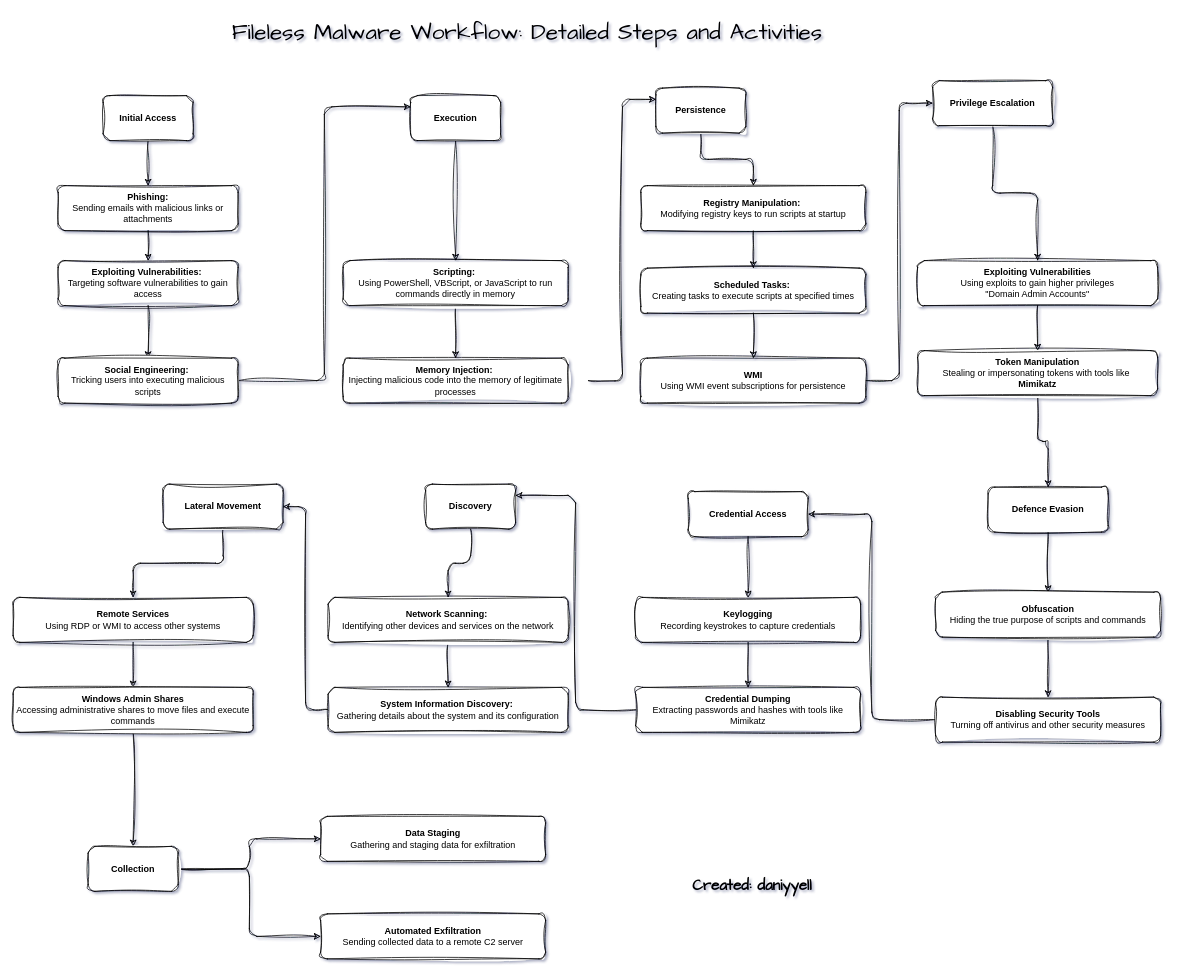
Before: Untitled Diagram.drawio in daniyyell-dev/draw.io, a draw.io diagram. Source tidied: cells renumbered, new cells numbered last; positions are measured from the earlier drawing's top-left corner, leaving out a move shared by most shapes. Both pictures are drawn from the tidied source at 75%, with x=0, y=0 at pixel (13, 13).
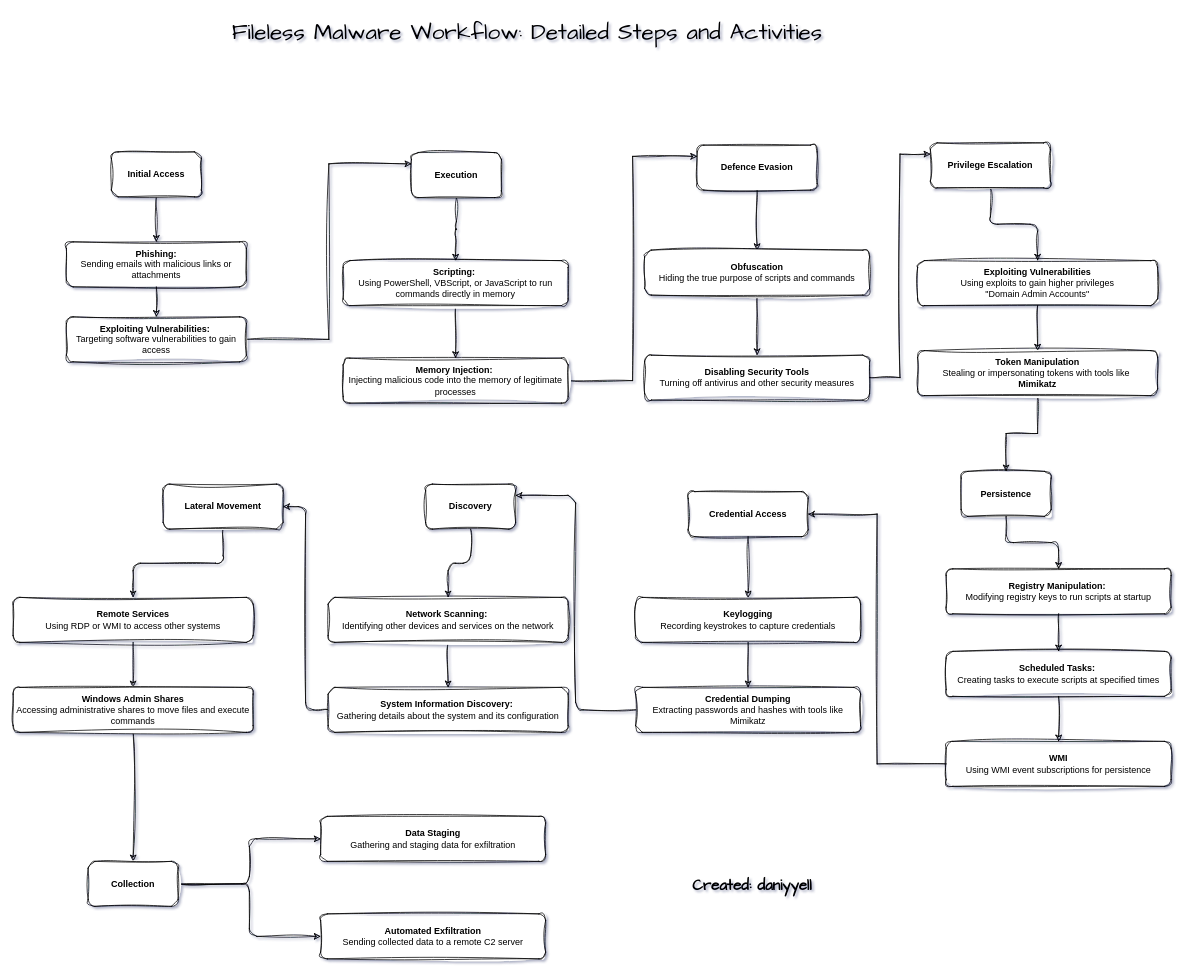
The same diagram, later.

Unchanged cells that the change refers to:
```xml
<mxCell id="3" value="&lt;div&gt;&lt;b&gt;Memory Injection:&amp;nbsp;&lt;/b&gt;&lt;/div&gt;&lt;div&gt;Injecting malicious code into the memory of legitimate processes&lt;/div&gt;" style="rounded=1;whiteSpace=wrap;html=1;labelBackgroundColor=none;sketch=1;curveFitting=1;jiggle=2;" parent="1" vertex="1">
  <mxGeometry x="440" y="460" width="300" height="60" as="geometry" />
</mxCell>
<mxCell id="15" value="&lt;div&gt;&lt;b&gt;Token Manipulation &lt;br&gt;&lt;/b&gt;&lt;/div&gt;&lt;div&gt;Stealing or impersonating tokens with tools like&amp;nbsp;&lt;/div&gt;&lt;div&gt;&lt;b&gt;Mimikatz&lt;/b&gt;&lt;/div&gt;" style="rounded=1;whiteSpace=wrap;html=1;labelBackgroundColor=none;sketch=1;curveFitting=1;jiggle=2;" parent="1" vertex="1">
  <mxGeometry x="1206" y="450" width="320" height="60" as="geometry" />
</mxCell>
<mxCell id="46" value="&lt;b&gt;Defence Evasion&lt;/b&gt;" style="rounded=1;whiteSpace=wrap;html=1;labelBackgroundColor=none;sketch=1;curveFitting=1;jiggle=2;" parent="44" vertex="1">
  <mxGeometry x="70" width="160" height="60" as="geometry" />
</mxCell>
<mxCell id="49" value="&lt;div&gt;&lt;b&gt;Disabling Security Tools &lt;br&gt;&lt;/b&gt;&lt;/div&gt;&lt;div&gt;Turning off antivirus and other security measures&lt;/div&gt;" style="rounded=1;whiteSpace=wrap;html=1;labelBackgroundColor=none;sketch=1;curveFitting=1;jiggle=2;" parent="44" vertex="1">
  <mxGeometry y="280" width="300" height="60" as="geometry" />
</mxCell>
<mxCell id="52" value="&lt;b&gt;Credential Access&lt;/b&gt;" style="rounded=1;whiteSpace=wrap;html=1;labelBackgroundColor=none;sketch=1;curveFitting=1;jiggle=2;" parent="50" vertex="1">
  <mxGeometry x="70" y="19" width="160" height="60" as="geometry" />
</mxCell>
```

Diff of the diagram source:
```diff
@@
-    <mxCell id="2" style="edgeStyle=orthogonalEdgeStyle;rounded=1;jettySize=auto;html=1;entryX=0;entryY=0.25;entryDx=0;entryDy=0;labelBackgroundColor=none;fontColor=default;sketch=1;curveFitting=1;jiggle=2;" parent="1" edge="1" source="43" target="18">
-      <mxGeometry relative="1" as="geometry" />
-    </mxCell>
+    <mxCell id="65" style="edgeStyle=orthogonalEdgeStyle;rounded=0;sketch=1;hachureGap=4;jiggle=2;curveFitting=1;jettySize=auto;html=1;entryX=0;entryY=0.25;entryDx=0;entryDy=0;fontFamily=Architects Daughter;" parent="1" edge="1" source="3" target="46">
+      <mxGeometry relative="1" as="geometry" />
+    </mxCell>
@@
-    <mxCell id="4" style="edgeStyle=orthogonalEdgeStyle;rounded=1;jettySize=auto;html=1;labelBackgroundColor=none;fontColor=default;sketch=1;curveFitting=1;jiggle=2;" parent="1" edge="1" source="5" target="7">
-      <mxGeometry relative="1" as="geometry" />
-    </mxCell>
-    <mxCell id="5" value="&lt;div&gt;&lt;b&gt;Registry Manipulation:&lt;/b&gt;&amp;nbsp;&lt;/div&gt;&lt;div&gt;Modifying registry keys to run scripts at startup&lt;/div&gt;" style="rounded=1;whiteSpace=wrap;html=1;labelBackgroundColor=none;sketch=1;curveFitting=1;jiggle=2;" parent="1" vertex="1">
-      <mxGeometry x="837" y="230" width="300" height="60" as="geometry" />
-    </mxCell>
-    <mxCell id="6" style="edgeStyle=orthogonalEdgeStyle;rounded=1;jettySize=auto;html=1;labelBackgroundColor=none;fontColor=default;sketch=1;curveFitting=1;jiggle=2;" parent="1" edge="1" source="7" target="9">
-      <mxGeometry relative="1" as="geometry" />
-    </mxCell>
-    <mxCell id="7" value="&lt;div&gt;&lt;b&gt;Scheduled Tasks:&amp;nbsp;&lt;/b&gt;&lt;/div&gt;&lt;div&gt;Creating tasks to execute scripts at specified times&lt;/div&gt;" style="rounded=1;whiteSpace=wrap;html=1;labelBackgroundColor=none;sketch=1;curveFitting=1;jiggle=2;" parent="1" vertex="1">
-      <mxGeometry x="837" y="340" width="300" height="60" as="geometry" />
-    </mxCell>
-    <mxCell id="8" style="edgeStyle=orthogonalEdgeStyle;rounded=1;jettySize=auto;html=1;entryX=0;entryY=0.5;entryDx=0;entryDy=0;labelBackgroundColor=none;fontColor=default;sketch=1;curveFitting=1;jiggle=2;" parent="1" edge="1" source="9" target="11">
-      <mxGeometry relative="1" as="geometry" />
-    </mxCell>
-    <mxCell id="9" value="&lt;div&gt;&lt;b&gt;WMI &lt;br&gt;&lt;/b&gt;&lt;/div&gt;&lt;div&gt;Using WMI event subscriptions for persistence&lt;/div&gt;" style="rounded=1;whiteSpace=wrap;html=1;labelBackgroundColor=none;sketch=1;curveFitting=1;jiggle=2;" parent="1" vertex="1">
-      <mxGeometry x="837" y="460" width="300" height="60" as="geometry" />
-    </mxCell>
@@
     <mxCell id="11" value="&lt;b&gt;Privilege Escalation&lt;/b&gt;" style="rounded=1;whiteSpace=wrap;html=1;labelBackgroundColor=none;sketch=1;curveFitting=1;jiggle=2;" parent="1" vertex="1">
-      <mxGeometry x="1226" y="90" width="160" height="60" as="geometry" />
+      <mxGeometry x="1223" y="173" width="160" height="60" as="geometry" />
     </mxCell>
@@
-    <mxCell id="14" style="edgeStyle=orthogonalEdgeStyle;rounded=1;jettySize=auto;html=1;labelBackgroundColor=none;fontColor=default;sketch=1;curveFitting=1;jiggle=2;" parent="1" edge="1" source="15" target="46">
-      <mxGeometry relative="1" as="geometry" />
-    </mxCell>
+    <mxCell id="66" style="edgeStyle=orthogonalEdgeStyle;rounded=0;sketch=1;hachureGap=4;jiggle=2;curveFitting=1;jettySize=auto;html=1;fontFamily=Architects Daughter;" parent="1" edge="1" source="15" target="23">
+      <mxGeometry relative="1" as="geometry" />
+    </mxCell>
@@
-    <mxCell id="16" style="edgeStyle=orthogonalEdgeStyle;rounded=1;jettySize=auto;html=1;entryX=1;entryY=0.5;entryDx=0;entryDy=0;labelBackgroundColor=none;fontColor=default;sketch=1;curveFitting=1;jiggle=2;" parent="1" edge="1" source="49" target="52">
-      <mxGeometry relative="1" as="geometry" />
-    </mxCell>
@@
     <mxCell id="18" value="&lt;b&gt;Execution&lt;/b&gt;" style="rounded=1;whiteSpace=wrap;html=1;labelBackgroundColor=none;sketch=1;curveFitting=1;jiggle=2;" parent="1" vertex="1">
-      <mxGeometry x="530" y="110" width="120" height="60" as="geometry" />
+      <mxGeometry x="531" y="186" width="120" height="60" as="geometry" />
     </mxCell>
@@
-    <mxCell id="21" style="edgeStyle=orthogonalEdgeStyle;rounded=1;jettySize=auto;html=1;entryX=0;entryY=0.25;entryDx=0;entryDy=0;labelBackgroundColor=none;fontColor=default;sketch=1;curveFitting=1;jiggle=2;" parent="1" edge="1" target="23">
-      <mxGeometry relative="1" as="geometry">
-        <mxPoint x="767" y="490" as="sourcePoint" />
-      </mxGeometry>
-    </mxCell>
-    <mxCell id="22" style="edgeStyle=orthogonalEdgeStyle;rounded=1;jettySize=auto;html=1;labelBackgroundColor=none;fontColor=default;sketch=1;curveFitting=1;jiggle=2;" parent="1" edge="1" source="23" target="5">
-      <mxGeometry relative="1" as="geometry" />
-    </mxCell>
-    <mxCell id="23" value="&lt;b&gt;Persistence&lt;/b&gt;" style="rounded=1;whiteSpace=wrap;html=1;labelBackgroundColor=none;sketch=1;curveFitting=1;jiggle=2;" parent="1" vertex="1">
-      <mxGeometry x="857" y="100" width="120" height="60" as="geometry" />
-    </mxCell>
@@
-    <mxCell id="36" style="group;labelBackgroundColor=none;rounded=1;sketch=1;curveFitting=1;jiggle=2;" parent="1" vertex="1">
-      <mxGeometry x="60" y="110" width="240" height="410" as="geometry" />
-    </mxCell>
-    <mxCell id="37" style="edgeStyle=orthogonalEdgeStyle;rounded=1;jettySize=auto;html=1;labelBackgroundColor=none;fontColor=default;sketch=1;curveFitting=1;jiggle=2;" parent="36" edge="1" source="38" target="40">
-      <mxGeometry relative="1" as="geometry" />
-    </mxCell>
-    <mxCell id="38" value="&lt;b&gt;Initial Access&lt;/b&gt;" style="rounded=1;whiteSpace=wrap;html=1;labelBackgroundColor=none;sketch=1;curveFitting=1;jiggle=2;" parent="36" vertex="1">
-      <mxGeometry x="60" width="120" height="60" as="geometry" />
-    </mxCell>
-    <mxCell id="39" style="edgeStyle=orthogonalEdgeStyle;rounded=1;jettySize=auto;html=1;labelBackgroundColor=none;fontColor=default;sketch=1;curveFitting=1;jiggle=2;" parent="36" edge="1" source="40" target="42">
-      <mxGeometry relative="1" as="geometry" />
-    </mxCell>
-    <mxCell id="40" value="&lt;b&gt;Phishing: &lt;/b&gt;&lt;br&gt;Sending emails with malicious links or attachments" style="rounded=1;whiteSpace=wrap;html=1;labelBackgroundColor=none;sketch=1;curveFitting=1;jiggle=2;" parent="36" vertex="1">
-      <mxGeometry y="120" width="240" height="60" as="geometry" />
-    </mxCell>
-    <mxCell id="41" style="edgeStyle=orthogonalEdgeStyle;rounded=1;jettySize=auto;html=1;labelBackgroundColor=none;fontColor=default;sketch=1;curveFitting=1;jiggle=2;" parent="36" edge="1" source="42" target="43">
-      <mxGeometry relative="1" as="geometry" />
-    </mxCell>
-    <mxCell id="42" value="&lt;div&gt;&lt;b&gt;Exploiting Vulnerabilities:&amp;nbsp;&lt;/b&gt;&lt;/div&gt;&lt;div&gt;Targeting software vulnerabilities to gain access&lt;/div&gt;" style="rounded=1;whiteSpace=wrap;html=1;labelBackgroundColor=none;sketch=1;curveFitting=1;jiggle=2;" parent="36" vertex="1">
-      <mxGeometry y="220" width="240" height="60" as="geometry" />
-    </mxCell>
-    <mxCell id="43" value="&lt;div&gt;&lt;b&gt;Social Engineering:&amp;nbsp;&lt;/b&gt;&lt;/div&gt;&lt;div&gt;Tricking users into executing malicious scripts&lt;/div&gt;" style="rounded=1;whiteSpace=wrap;html=1;labelBackgroundColor=none;sketch=1;curveFitting=1;jiggle=2;" parent="36" vertex="1">
-      <mxGeometry y="350" width="240" height="60" as="geometry" />
-    </mxCell>
     <mxCell id="44" style="group;labelBackgroundColor=none;rounded=1;sketch=1;curveFitting=1;jiggle=2;" parent="1" vertex="1">
-      <mxGeometry x="1230" y="632" width="300" height="340" as="geometry" />
+      <mxGeometry x="842" y="176" width="300" height="340" as="geometry" />
     </mxCell>
@@
     <mxCell id="60" value="&lt;b&gt;Collection&lt;/b&gt;" style="rounded=1;whiteSpace=wrap;html=1;labelBackgroundColor=none;sketch=1;curveFitting=1;jiggle=2;" parent="1" vertex="1">
-      <mxGeometry x="100" y="1111" width="120" height="60" as="geometry" />
+      <mxGeometry x="100" y="1131" width="120" height="60" as="geometry" />
     </mxCell>
@@
+    <mxCell id="67" style="edgeStyle=orthogonalEdgeStyle;rounded=0;sketch=1;hachureGap=4;jiggle=2;curveFitting=1;jettySize=auto;html=1;entryX=0;entryY=0.25;entryDx=0;entryDy=0;fontFamily=Architects Daughter;" parent="1" edge="1" source="42" target="18">
+      <mxGeometry relative="1" as="geometry" />
+    </mxCell>
+    <mxCell id="68" style="group;" parent="1" vertex="1">
+      <mxGeometry x="1244" y="611" width="300" height="420" as="geometry" />
+    </mxCell>
+    <mxCell id="5" value="&lt;div&gt;&lt;b&gt;Registry Manipulation:&lt;/b&gt;&amp;nbsp;&lt;/div&gt;&lt;div&gt;Modifying registry keys to run scripts at startup&lt;/div&gt;" style="rounded=1;whiteSpace=wrap;html=1;labelBackgroundColor=none;sketch=1;curveFitting=1;jiggle=2;" parent="68" vertex="1">
+      <mxGeometry y="130" width="300" height="60" as="geometry" />
+    </mxCell>
+    <mxCell id="7" value="&lt;div&gt;&lt;b&gt;Scheduled Tasks:&amp;nbsp;&lt;/b&gt;&lt;/div&gt;&lt;div&gt;Creating tasks to execute scripts at specified times&lt;/div&gt;" style="rounded=1;whiteSpace=wrap;html=1;labelBackgroundColor=none;sketch=1;curveFitting=1;jiggle=2;" parent="68" vertex="1">
+      <mxGeometry y="240" width="300" height="60" as="geometry" />
+    </mxCell>
+    <mxCell id="9" value="&lt;div&gt;&lt;b&gt;WMI &lt;br&gt;&lt;/b&gt;&lt;/div&gt;&lt;div&gt;Using WMI event subscriptions for persistence&lt;/div&gt;" style="rounded=1;whiteSpace=wrap;html=1;labelBackgroundColor=none;sketch=1;curveFitting=1;jiggle=2;" parent="68" vertex="1">
+      <mxGeometry y="360" width="300" height="60" as="geometry" />
+    </mxCell>
+    <mxCell id="69" style="group;" parent="68" vertex="1">
+      <mxGeometry x="20" width="120" height="60" as="geometry" />
+    </mxCell>
+    <mxCell id="23" value="&lt;b&gt;Persistence&lt;/b&gt;" style="rounded=1;whiteSpace=wrap;html=1;labelBackgroundColor=none;sketch=1;curveFitting=1;jiggle=2;" parent="69" vertex="1">
+      <mxGeometry width="120" height="60" as="geometry" />
+    </mxCell>
+    <mxCell id="4" style="edgeStyle=orthogonalEdgeStyle;rounded=1;jettySize=auto;html=1;labelBackgroundColor=none;fontColor=default;sketch=1;curveFitting=1;jiggle=2;" parent="68" edge="1" source="5" target="7">
+      <mxGeometry relative="1" as="geometry" />
+    </mxCell>
+    <mxCell id="6" style="edgeStyle=orthogonalEdgeStyle;rounded=1;jettySize=auto;html=1;labelBackgroundColor=none;fontColor=default;sketch=1;curveFitting=1;jiggle=2;" parent="68" edge="1" source="7" target="9">
+      <mxGeometry relative="1" as="geometry" />
+    </mxCell>
+    <mxCell id="22" style="edgeStyle=orthogonalEdgeStyle;rounded=1;jettySize=auto;html=1;labelBackgroundColor=none;fontColor=default;sketch=1;curveFitting=1;jiggle=2;" parent="68" edge="1" source="23" target="5">
+      <mxGeometry relative="1" as="geometry" />
+    </mxCell>
+    <mxCell id="70" style="group;" parent="1" vertex="1">
+      <mxGeometry x="71" y="185" width="240" height="280" as="geometry" />
+    </mxCell>
+    <mxCell id="37" style="edgeStyle=orthogonalEdgeStyle;rounded=1;jettySize=auto;html=1;labelBackgroundColor=none;fontColor=default;sketch=1;curveFitting=1;jiggle=2;" parent="70" edge="1" source="38" target="40">
+      <mxGeometry relative="1" as="geometry" />
+    </mxCell>
+    <mxCell id="38" value="&lt;b&gt;Initial Access&lt;/b&gt;" style="rounded=1;whiteSpace=wrap;html=1;labelBackgroundColor=none;sketch=1;curveFitting=1;jiggle=2;" parent="70" vertex="1">
+      <mxGeometry x="60" width="120" height="60" as="geometry" />
+    </mxCell>
+    <mxCell id="39" style="edgeStyle=orthogonalEdgeStyle;rounded=1;jettySize=auto;html=1;labelBackgroundColor=none;fontColor=default;sketch=1;curveFitting=1;jiggle=2;" parent="70" edge="1" source="40" target="42">
+      <mxGeometry relative="1" as="geometry" />
+    </mxCell>
+    <mxCell id="40" value="&lt;b&gt;Phishing: &lt;/b&gt;&lt;br&gt;Sending emails with malicious links or attachments" style="rounded=1;whiteSpace=wrap;html=1;labelBackgroundColor=none;sketch=1;curveFitting=1;jiggle=2;" parent="70" vertex="1">
+      <mxGeometry y="120" width="240" height="60" as="geometry" />
+    </mxCell>
+    <mxCell id="42" value="&lt;div&gt;&lt;b&gt;Exploiting Vulnerabilities:&amp;nbsp;&lt;/b&gt;&lt;/div&gt;&lt;div&gt;Targeting software vulnerabilities to gain access&lt;/div&gt;" style="rounded=1;whiteSpace=wrap;html=1;labelBackgroundColor=none;sketch=1;curveFitting=1;jiggle=2;" parent="70" vertex="1">
+      <mxGeometry y="220" width="240" height="60" as="geometry" />
+    </mxCell>
+    <mxCell id="71" style="edgeStyle=orthogonalEdgeStyle;rounded=0;sketch=1;hachureGap=4;jiggle=2;curveFitting=1;jettySize=auto;html=1;entryX=0;entryY=0.25;entryDx=0;entryDy=0;fontFamily=Architects Daughter;" parent="1" edge="1" source="49" target="11">
+      <mxGeometry relative="1" as="geometry" />
+    </mxCell>
+    <mxCell id="72" style="edgeStyle=orthogonalEdgeStyle;rounded=0;sketch=1;hachureGap=4;jiggle=2;curveFitting=1;jettySize=auto;html=1;entryX=1;entryY=0.5;entryDx=0;entryDy=0;fontFamily=Architects Daughter;" parent="1" edge="1" source="9" target="52">
+      <mxGeometry relative="1" as="geometry" />
+    </mxCell>
```
